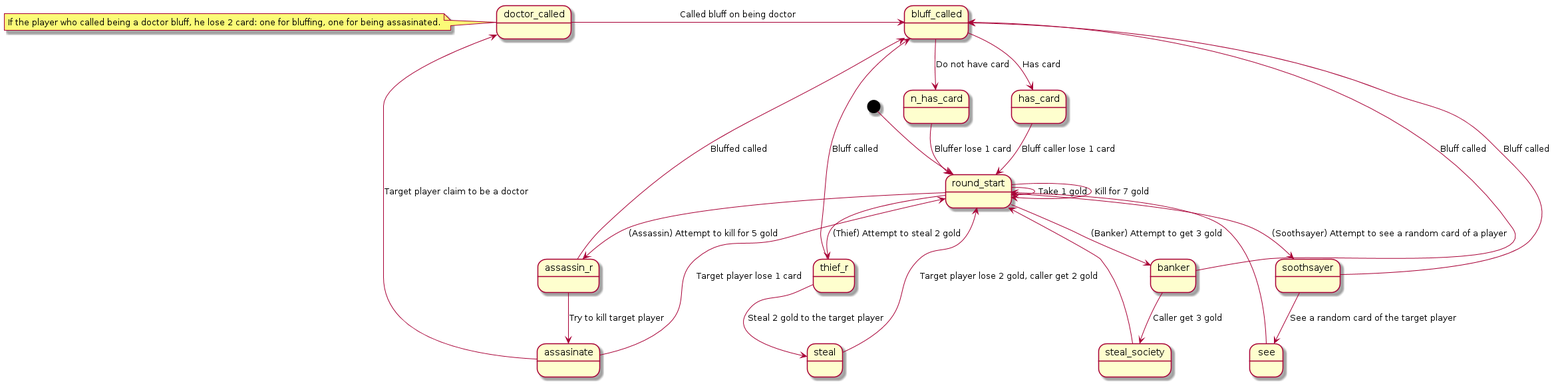
Earlier version of the PlantUML export model/round.png (maeln/Liar).
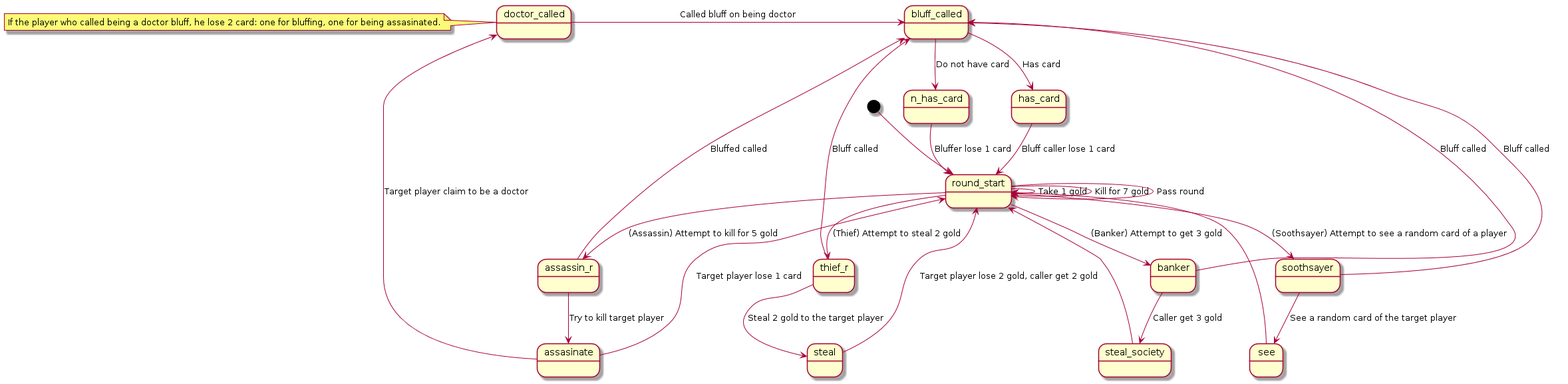
The same file after the commit.

Commit message:
Add the trait GameIO to handle game I/O in a generic way. Add also the basic structure of functions to handle a round.

Change to the diagram source:
```diff
@@ -2,6 +2,7 @@
 [*] --> round_start
 round_start --> round_start : Take 1 gold
 round_start --> round_start : Kill for 7 gold
+round_start --> round_start : Pass round
 
 round_start --> assassin_r : (Assassin) Attempt to kill for 5 gold
 assassin_r --> bluff_called : Bluffed called
```
